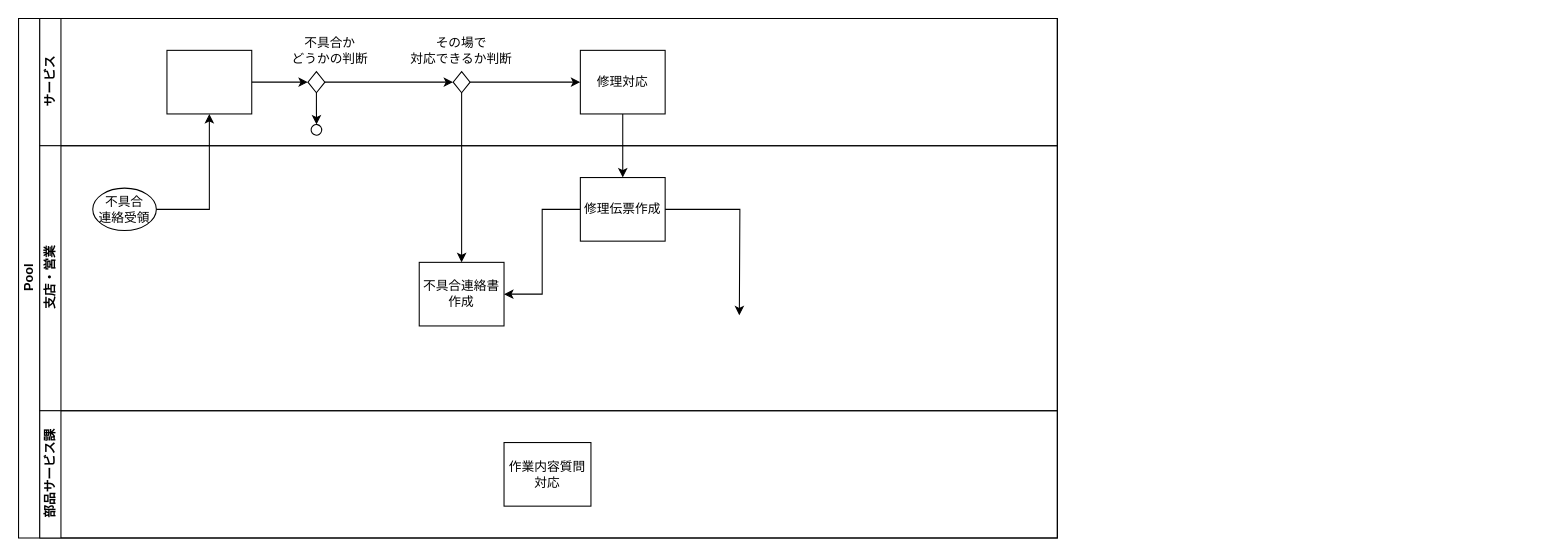
Above: サービスさん不具合対応フロー.drawio in sakag-120/systemflow (draw.io), before the change. Source tidied: cells renumbered, new cells numbered last; positions are measured from the earlier drawing's top-left corner, leaving out a move shared by most shapes. Both pictures are drawn from the tidied source at 106%, with x=0, y=0 at pixel (18, 18).
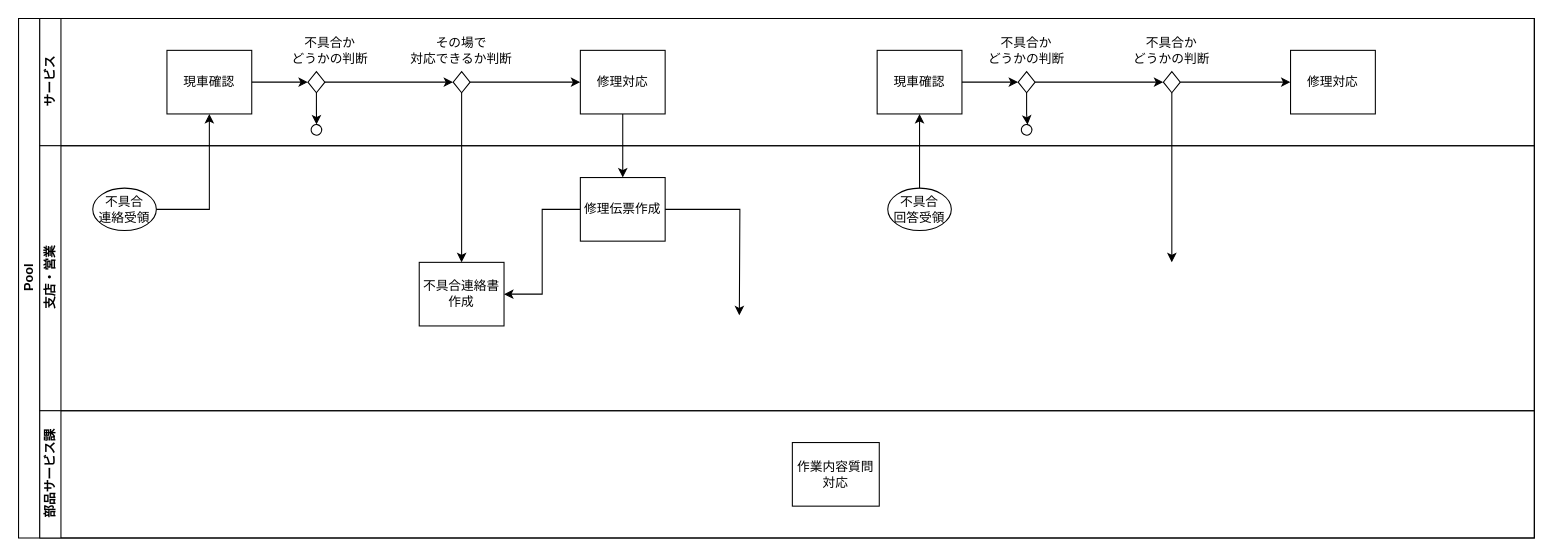
The same page after the edit.

Commit message:
サービスさん不具合対応フロー.drawio を更新します

What changed in the source:
```diff
@@
     <mxCell id="2" value="Pool" style="swimlane;html=1;horizontal=0;startSize=20;" parent="1" vertex="1">
-      <mxGeometry width="980" height="490" as="geometry" />
+      <mxGeometry width="1430" height="490" as="geometry" />
     </mxCell>
     <mxCell id="3" value="サービス" style="swimlane;html=1;startSize=20;horizontal=0;" parent="2" vertex="1">
-      <mxGeometry x="20" width="960" height="120" as="geometry" />
+      <mxGeometry x="20" width="1410" height="120" as="geometry" />
     </mxCell>
@@
-    <mxCell id="5" style="rounded=0;whiteSpace=wrap;html=1;fontFamily=Helvetica;fontSize=12;fontColor=#000000;align=center;" parent="3" vertex="1">
+    <mxCell id="5" value="現車確認" style="rounded=0;whiteSpace=wrap;html=1;fontFamily=Helvetica;fontSize=12;fontColor=#000000;align=center;" parent="3" vertex="1">
       <mxGeometry x="120" y="30" width="80" height="60" as="geometry" />
     </mxCell>
@@
+    <mxCell id="26" value="現車確認" style="rounded=0;whiteSpace=wrap;html=1;fontFamily=Helvetica;fontSize=12;fontColor=#000000;align=center;" parent="3" vertex="1">
+      <mxGeometry x="790" y="30" width="80" height="60" as="geometry" />
+    </mxCell>
+    <mxCell id="27" style="edgeStyle=orthogonalEdgeStyle;rounded=0;jettySize=auto;html=1;entryX=0.5;entryY=0;entryDx=0;entryDy=0;" parent="3" edge="1" source="28" target="30">
+      <mxGeometry relative="1" as="geometry" />
+    </mxCell>
+    <mxCell id="28" style="rhombus;whiteSpace=wrap;html=1;" parent="3" vertex="1">
+      <mxGeometry x="923" y="50" width="16" height="20" as="geometry" />
+    </mxCell>
+    <mxCell id="29" style="edgeStyle=orthogonalEdgeStyle;rounded=0;jettySize=auto;html=1;entryX=0;entryY=0.5;entryDx=0;entryDy=0;" parent="3" edge="1" source="26" target="28">
+      <mxGeometry relative="1" as="geometry" />
+    </mxCell>
+    <mxCell id="30" style="ellipse;whiteSpace=wrap;html=1;rotation=10;" parent="3" vertex="1">
+      <mxGeometry x="926" y="100" width="10" height="10" as="geometry" />
+    </mxCell>
+    <mxCell id="31" style="rhombus;whiteSpace=wrap;html=1;" parent="3" vertex="1">
+      <mxGeometry x="1060" y="50" width="16" height="20" as="geometry" />
+    </mxCell>
+    <mxCell id="32" value="修理対応" style="rounded=0;whiteSpace=wrap;html=1;fontFamily=Helvetica;fontSize=12;fontColor=#000000;align=center;" parent="3" vertex="1">
+      <mxGeometry x="1180" y="30" width="80" height="60" as="geometry" />
+    </mxCell>
+    <mxCell id="33" style="edgeStyle=orthogonalEdgeStyle;rounded=0;jettySize=auto;html=1;" parent="3" edge="1" source="31">
+      <mxGeometry relative="1" as="geometry">
+        <mxPoint x="1068" y="230" as="targetPoint" />
+      </mxGeometry>
+    </mxCell>
+    <mxCell id="34" style="edgeStyle=orthogonalEdgeStyle;rounded=0;jettySize=auto;html=1;" parent="3" edge="1" source="28">
+      <mxGeometry relative="1" as="geometry">
+        <mxPoint x="1060" y="60" as="targetPoint" />
+      </mxGeometry>
+    </mxCell>
+    <mxCell id="35" style="edgeStyle=orthogonalEdgeStyle;rounded=0;jettySize=auto;html=1;" parent="3" edge="1" source="31">
+      <mxGeometry relative="1" as="geometry">
+        <mxPoint x="1180" y="60" as="targetPoint" />
+      </mxGeometry>
+    </mxCell>
+    <mxCell id="36" value="不具合か&lt;br&gt;どうかの判断" style="text;html=1;strokeColor=none;fillColor=none;align=center;verticalAlign=middle;whiteSpace=wrap;rounded=0;" parent="3" vertex="1">
+      <mxGeometry x="866" y="20" width="130" height="20" as="geometry" />
+    </mxCell>
+    <mxCell id="37" value="不具合か&lt;br&gt;どうかの判断" style="text;html=1;strokeColor=none;fillColor=none;align=center;verticalAlign=middle;whiteSpace=wrap;rounded=0;" parent="3" vertex="1">
+      <mxGeometry x="1003" y="20" width="130" height="20" as="geometry" />
+    </mxCell>
     <mxCell id="13" value="支店・営業" style="swimlane;html=1;startSize=20;horizontal=0;" parent="2" vertex="1">
-      <mxGeometry x="20" y="120" width="960" height="250" as="geometry" />
+      <mxGeometry x="20" y="120" width="1410" height="250" as="geometry" />
     </mxCell>
@@
+    <mxCell id="38" value="不具合&lt;br&gt;回答受領" style="ellipse;whiteSpace=wrap;html=1;" parent="13" vertex="1">
+      <mxGeometry x="800" y="40" width="60" height="40" as="geometry" />
+    </mxCell>
@@
     <mxCell id="21" value="部品サービス課" style="swimlane;html=1;startSize=20;horizontal=0;" parent="2" vertex="1">
-      <mxGeometry x="20" y="370" width="960" height="120" as="geometry" />
+      <mxGeometry x="20" y="370" width="1410" height="120" as="geometry" />
     </mxCell>
     <mxCell id="22" value="作業内容質問対応" style="rounded=0;whiteSpace=wrap;html=1;" parent="21" vertex="1">
-      <mxGeometry x="438" y="30" width="82" height="60" as="geometry" />
+      <mxGeometry x="710" y="30" width="82" height="60" as="geometry" />
     </mxCell>
+    <mxCell id="39" style="edgeStyle=orthogonalEdgeStyle;rounded=0;jettySize=auto;html=1;entryX=0.5;entryY=1;entryDx=0;entryDy=0;" parent="2" edge="1" source="38" target="26">
+      <mxGeometry relative="1" as="geometry" />
+    </mxCell>
```
